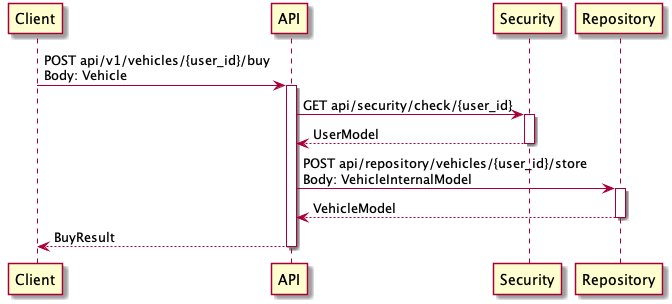
Above: docs/buy-vehicle/sequence_diagram.png in AlienEngineer/tdd-node-ts-lecture (PlantUML), before the change.
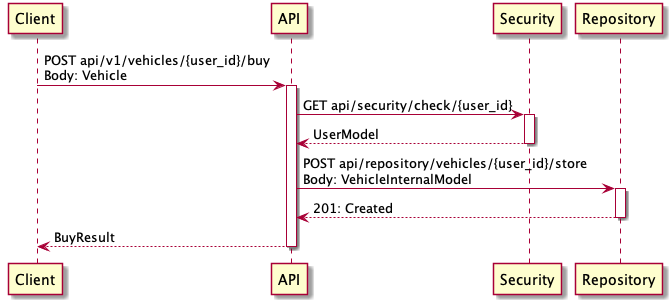
The same diagram one commit later.

Change to the diagram source:
```diff
@@ -10,7 +10,7 @@
 
 API -> Repository: POST api/repository/vehicles/{user_id}/store\nBody: VehicleInternalModel
 activate Repository
-API <-- Repository: VehicleModel
+API <-- Repository: 201: Created
 deactivate Repository
 
 Client <-- API: BuyResult
```
